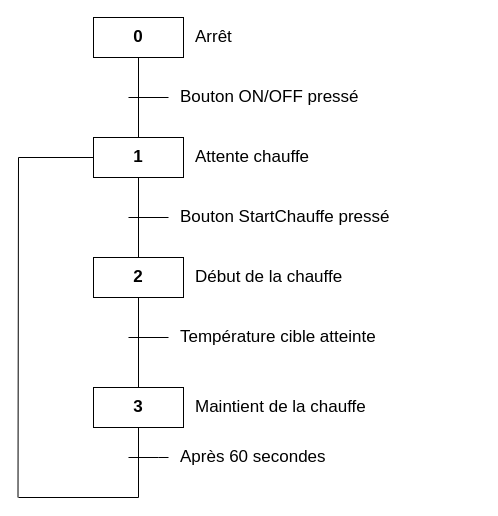
Above: doc/StateDiagram.drawio in CrBast/distillation_column (draw.io), before the change. Source tidied: cells renumbered, new cells numbered last; positions are measured from the earlier drawing's top-left corner, leaving out a move shared by most shapes. Both pictures are drawn from the tidied source at 100%, with x=0, y=0 at pixel (18, 17).
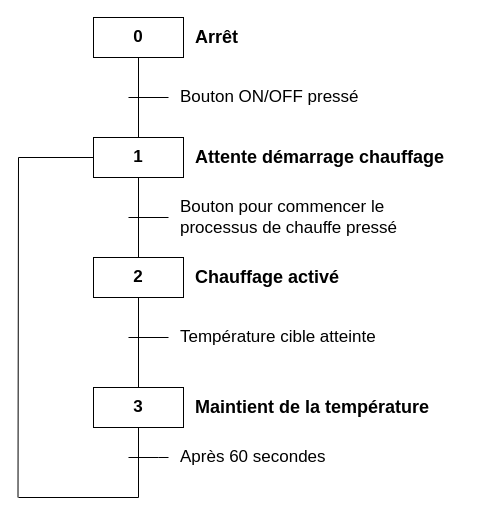
Above is the later version.

Change to the diagram source:
```diff
@@
-    <mxCell id="7" value="Arrêt" style="text;html=1;strokeColor=none;fillColor=none;align=left;verticalAlign=middle;whiteSpace=wrap;rounded=0;fontSize=17;" parent="1" vertex="1">
+    <mxCell id="7" value="Arrêt" style="text;html=1;strokeColor=none;fillColor=none;align=left;verticalAlign=middle;whiteSpace=wrap;rounded=0;fontSize=18;fontStyle=1;" parent="1" vertex="1">
       <mxGeometry x="175" y="10" width="180" height="20" as="geometry" />
     </mxCell>
-    <mxCell id="8" value="Attente chauffe" style="text;html=1;strokeColor=none;fillColor=none;align=left;verticalAlign=middle;whiteSpace=wrap;rounded=0;fontSize=17;" parent="1" vertex="1">
-      <mxGeometry x="175" y="130" width="180" height="20" as="geometry" />
+    <mxCell id="8" value="Attente démarrage chauffage" style="text;html=1;strokeColor=none;fillColor=none;align=left;verticalAlign=middle;whiteSpace=wrap;rounded=0;fontSize=18;fontStyle=1;" parent="1" vertex="1">
+      <mxGeometry x="175" y="130" width="288" height="20" as="geometry" />
     </mxCell>
-    <mxCell id="9" value="Début de la chauffe" style="text;html=1;strokeColor=none;fillColor=none;align=left;verticalAlign=middle;whiteSpace=wrap;rounded=0;fontSize=17;" parent="1" vertex="1">
+    <mxCell id="9" value="Chauffage activé" style="text;html=1;strokeColor=none;fillColor=none;align=left;verticalAlign=middle;whiteSpace=wrap;rounded=0;fontSize=18;fontStyle=1;" parent="1" vertex="1">
       <mxGeometry x="175" y="250" width="180" height="20" as="geometry" />
     </mxCell>
-    <mxCell id="10" value="Maintient de la chauffe" style="text;html=1;strokeColor=none;fillColor=none;align=left;verticalAlign=middle;whiteSpace=wrap;rounded=0;fontSize=17;" parent="1" vertex="1">
-      <mxGeometry x="175" y="380" width="180" height="20" as="geometry" />
+    <mxCell id="10" value="Maintient de la température" style="text;html=1;strokeColor=none;fillColor=none;align=left;verticalAlign=middle;whiteSpace=wrap;rounded=0;fontSize=18;fontStyle=1;" parent="1" vertex="1">
+      <mxGeometry x="175" y="380" width="248" height="20" as="geometry" />
     </mxCell>
@@
-    <mxCell id="17" value="Bouton StartChauffe pressé" style="text;html=1;strokeColor=none;fillColor=none;align=left;verticalAlign=middle;whiteSpace=wrap;rounded=0;fontSize=17;" parent="1" vertex="1">
-      <mxGeometry x="160" y="190" width="220" height="20" as="geometry" />
+    <mxCell id="17" value="Bouton pour commencer le processus de chauffe pressé" style="text;html=1;strokeColor=none;fillColor=none;align=left;verticalAlign=middle;whiteSpace=wrap;rounded=0;fontSize=17;" parent="1" vertex="1">
+      <mxGeometry x="160" y="190" width="288" height="20" as="geometry" />
     </mxCell>
```
